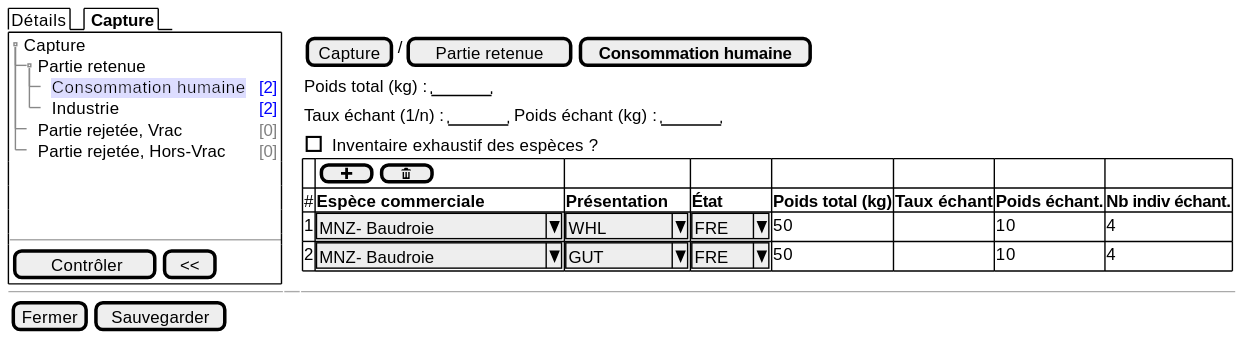
Earlier version of the PlantUML export projects/obsmer/spe/images/batch/batch-tree-PR-HUC.svg (sumaris-net/sumaris-doc). Its source is kept beside it as projects/obsmer/spe/images/batch/batch-tree-PR-HUC.puml.
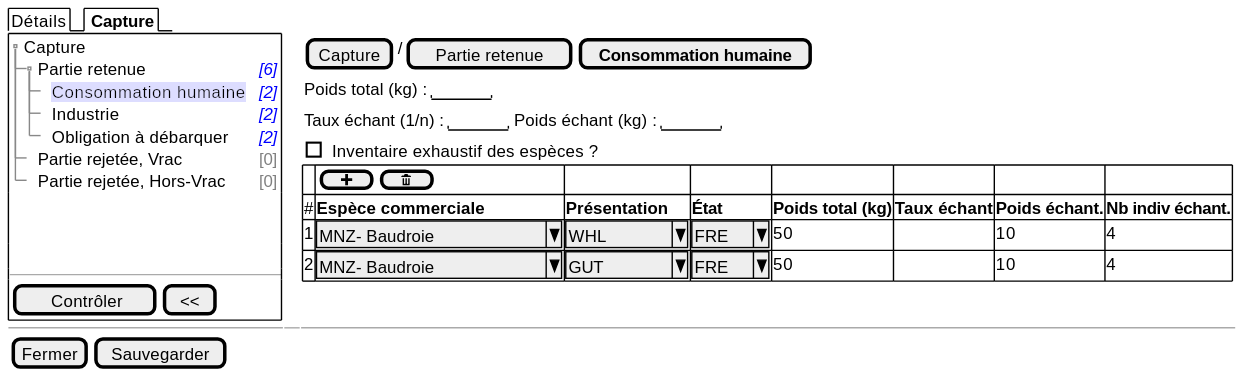
After the commit.

What changed in the source:
```diff
@@ -4,9 +4,10 @@
   {+
    {T
        + Capture    | .
-       ++ Partie retenue       | <color:blue>[4]
-       +++ <back:#DDF>Consommation humaine | <color:blue>[2]
-       +++ Industrie | <color:blue>[2]
+       ++ Partie retenue       | <i><color:blue>[6]
+       +++ <back:#DDF>Consommation humaine | <i><color:blue>[2]
+       +++ Industrie | <i><color:blue>[2]
+       +++ Obligation à débarquer| <i><color:blue>[2]
        ++ Partie rejetée, Vrac | <color:gray>[0]
        ++ Partie rejetée, Hors-Vrac | <color:gray>[0]
    }
```
